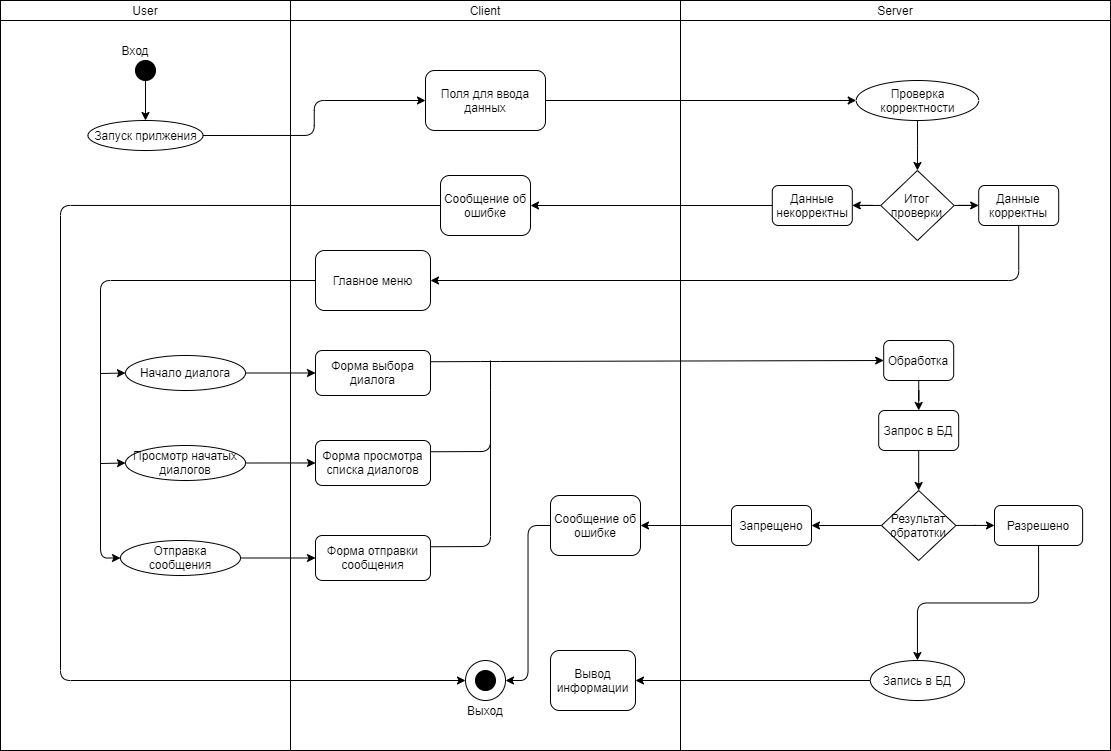
The draw.io diagram Documents/Diagrams/Диаграмма активности.png in Proskuryakov/TextMe, before a commit. Source tidied: cells renumbered, new cells last; positions are measured from the earlier drawing's top-left corner, leaving out a move shared by most shapes. The source it was exported from:
```xml
<mxGraphModel>
  <root>
    <mxCell id="0" />
    <mxCell id="1" parent="0" />
    <mxCell id="2" style="rounded=0;whiteSpace=wrap;html=1;" parent="1" vertex="1">
      <mxGeometry x="680" y="20" width="430" height="730" as="geometry" />
    </mxCell>
    <mxCell id="3" style="rounded=0;whiteSpace=wrap;html=1;" parent="1" vertex="1">
      <mxGeometry x="290" width="390" height="750" as="geometry" />
    </mxCell>
    <mxCell id="4" style="ellipse;whiteSpace=wrap;html=1;" parent="1" vertex="1">
      <mxGeometry x="465" y="660" width="40" height="40" as="geometry" />
    </mxCell>
    <mxCell id="5" style="rounded=0;whiteSpace=wrap;html=1;" parent="1" vertex="1">
      <mxGeometry width="290" height="750" as="geometry" />
    </mxCell>
    <mxCell id="6" value="User" style="rounded=0;whiteSpace=wrap;html=1;" parent="1" vertex="1">
      <mxGeometry width="290" height="20" as="geometry" />
    </mxCell>
    <mxCell id="7" value="Client" style="rounded=0;whiteSpace=wrap;html=1;" parent="1" vertex="1">
      <mxGeometry x="290" width="390" height="20" as="geometry" />
    </mxCell>
    <mxCell id="8" value="Server" style="rounded=0;whiteSpace=wrap;html=1;" parent="1" vertex="1">
      <mxGeometry x="680" width="430" height="20" as="geometry" />
    </mxCell>
    <mxCell id="9" style="edgeStyle=orthogonalEdgeStyle;rounded=0;jettySize=auto;html=1;exitX=0.5;exitY=1;exitDx=0;exitDy=0;entryX=0.5;entryY=0;entryDx=0;entryDy=0;" parent="1" edge="1" source="10" target="12">
      <mxGeometry relative="1" as="geometry" />
    </mxCell>
    <mxCell id="10" style="ellipse;whiteSpace=wrap;html=1;fillColor=#000000;" parent="1" vertex="1">
      <mxGeometry x="135" y="60" width="20" height="20" as="geometry" />
    </mxCell>
    <mxCell id="11" style="edgeStyle=orthogonalEdgeStyle;rounded=1;jettySize=auto;html=1;exitX=1;exitY=0.5;exitDx=0;exitDy=0;" parent="1" edge="1" source="12" target="14">
      <mxGeometry relative="1" as="geometry" />
    </mxCell>
    <mxCell id="12" value="Запуск прилжения" style="ellipse;whiteSpace=wrap;html=1;rounded=1;shadow=0;glass=0;sketch=0;fillColor=#ffffff;" parent="1" vertex="1">
      <mxGeometry x="87.5" y="120" width="115" height="30" as="geometry" />
    </mxCell>
    <mxCell id="13" style="edgeStyle=orthogonalEdgeStyle;rounded=0;jettySize=auto;html=1;exitX=1;exitY=0.5;exitDx=0;exitDy=0;entryX=0;entryY=0.5;entryDx=0;entryDy=0;" parent="1" edge="1" source="14" target="18">
      <mxGeometry relative="1" as="geometry" />
    </mxCell>
    <mxCell id="14" value="Поля для ввода данных" style="rounded=1;whiteSpace=wrap;html=1;shadow=0;glass=0;sketch=0;fillColor=#ffffff;" parent="1" vertex="1">
      <mxGeometry x="425" y="70" width="120" height="60" as="geometry" />
    </mxCell>
    <mxCell id="15" style="edgeStyle=orthogonalEdgeStyle;rounded=1;jettySize=auto;html=1;exitX=0;exitY=0.5;exitDx=0;exitDy=0;entryX=0;entryY=0.5;entryDx=0;entryDy=0;" parent="1" edge="1" source="16" target="4">
      <mxGeometry relative="1" as="geometry">
        <Array as="points">
          <mxPoint x="60" y="205" />
          <mxPoint x="60" y="680" />
        </Array>
      </mxGeometry>
    </mxCell>
    <mxCell id="16" value="Сообщение об ошибке" style="rounded=1;whiteSpace=wrap;html=1;shadow=0;glass=0;sketch=0;fillColor=#ffffff;" parent="1" vertex="1">
      <mxGeometry x="440" y="175" width="90" height="60" as="geometry" />
    </mxCell>
    <mxCell id="17" style="edgeStyle=orthogonalEdgeStyle;rounded=0;jettySize=auto;html=1;exitX=0.5;exitY=1;exitDx=0;exitDy=0;" parent="1" edge="1" source="18" target="21">
      <mxGeometry relative="1" as="geometry" />
    </mxCell>
    <mxCell id="18" value="Проверка корректности" style="ellipse;whiteSpace=wrap;html=1;rounded=1;shadow=0;glass=0;sketch=0;fillColor=#ffffff;" parent="1" vertex="1">
      <mxGeometry x="855.7" y="80" width="122.5" height="40" as="geometry" />
    </mxCell>
    <mxCell id="19" style="edgeStyle=orthogonalEdgeStyle;rounded=0;jettySize=auto;html=1;" parent="1" edge="1" source="21" target="45">
      <mxGeometry relative="1" as="geometry" />
    </mxCell>
    <mxCell id="20" style="edgeStyle=orthogonalEdgeStyle;rounded=0;jettySize=auto;html=1;" parent="1" edge="1" source="21" target="43">
      <mxGeometry relative="1" as="geometry" />
    </mxCell>
    <mxCell id="21" value="Итог проверки" style="rhombus;whiteSpace=wrap;html=1;rounded=0;shadow=0;glass=0;sketch=0;fillColor=#ffffff;" parent="1" vertex="1">
      <mxGeometry x="880.2" y="170" width="73.4" height="70" as="geometry" />
    </mxCell>
    <mxCell id="22" style="edgeStyle=orthogonalEdgeStyle;rounded=1;jettySize=auto;html=1;entryX=1;entryY=0.5;entryDx=0;entryDy=0;" parent="1" edge="1" source="23" target="56">
      <mxGeometry relative="1" as="geometry" />
    </mxCell>
    <mxCell id="23" value="Запрещено" style="rounded=1;whiteSpace=wrap;html=1;shadow=0;glass=0;sketch=0;fillColor=#ffffff;" parent="1" vertex="1">
      <mxGeometry x="731" y="505" width="80" height="40" as="geometry" />
    </mxCell>
    <mxCell id="24" style="edgeStyle=orthogonalEdgeStyle;rounded=1;jettySize=auto;html=1;exitX=0;exitY=0.5;exitDx=0;exitDy=0;entryX=1;entryY=0.5;entryDx=0;entryDy=0;" parent="1" edge="1" source="27" target="57">
      <mxGeometry relative="1" as="geometry" />
    </mxCell>
    <mxCell id="25" style="edgeStyle=orthogonalEdgeStyle;rounded=1;jettySize=auto;html=1;exitX=0.5;exitY=1;exitDx=0;exitDy=0;" parent="1" edge="1" source="26" target="27">
      <mxGeometry relative="1" as="geometry" />
    </mxCell>
    <mxCell id="26" value="Разрешено" style="rounded=1;whiteSpace=wrap;html=1;shadow=0;glass=0;sketch=0;fillColor=#ffffff;" parent="1" vertex="1">
      <mxGeometry x="994" y="505" width="88.1" height="40" as="geometry" />
    </mxCell>
    <mxCell id="27" value="Запись в БД" style="ellipse;whiteSpace=wrap;html=1;rounded=1;shadow=0;glass=0;sketch=0;fillColor=#ffffff;" parent="1" vertex="1">
      <mxGeometry x="869.9" y="660" width="94.1" height="40" as="geometry" />
    </mxCell>
    <mxCell id="28" value="Форма просмотра списка диалогов" style="rounded=1;whiteSpace=wrap;html=1;shadow=0;glass=0;sketch=0;fillColor=#ffffff;" parent="1" vertex="1">
      <mxGeometry x="315" y="440" width="115" height="45" as="geometry" />
    </mxCell>
    <mxCell id="29" style="edgeStyle=orthogonalEdgeStyle;rounded=0;jettySize=auto;html=1;exitX=1;exitY=0.5;exitDx=0;exitDy=0;entryX=0;entryY=0.5;entryDx=0;entryDy=0;" parent="1" edge="1" source="30" target="48">
      <mxGeometry relative="1" as="geometry" />
    </mxCell>
    <mxCell id="30" value="Отправка сообщения" style="ellipse;whiteSpace=wrap;html=1;rounded=1;shadow=0;glass=0;sketch=0;fillColor=#ffffff;" parent="1" vertex="1">
      <mxGeometry x="120" y="540" width="120" height="35" as="geometry" />
    </mxCell>
    <mxCell id="31" style="edgeStyle=orthogonalEdgeStyle;rounded=0;jettySize=auto;html=1;exitX=1;exitY=0.5;exitDx=0;exitDy=0;entryX=0;entryY=0.5;entryDx=0;entryDy=0;" parent="1" edge="1" source="32" target="28">
      <mxGeometry relative="1" as="geometry">
        <Array as="points">
          <mxPoint x="290" y="462" />
          <mxPoint x="320" y="463" />
        </Array>
      </mxGeometry>
    </mxCell>
    <mxCell id="32" value="Просмотр начатых диалогов" style="ellipse;whiteSpace=wrap;html=1;rounded=1;shadow=0;glass=0;sketch=0;fillColor=#ffffff;" parent="1" vertex="1">
      <mxGeometry x="125" y="445" width="120" height="35" as="geometry" />
    </mxCell>
    <mxCell id="33" style="edgeStyle=orthogonalEdgeStyle;rounded=0;jettySize=auto;html=1;" parent="1" edge="1" source="34" target="41">
      <mxGeometry relative="1" as="geometry" />
    </mxCell>
    <mxCell id="34" value="Начало диалога" style="ellipse;whiteSpace=wrap;html=1;rounded=1;shadow=0;glass=0;sketch=0;fillColor=#ffffff;" parent="1" vertex="1">
      <mxGeometry x="125" y="355" width="120" height="35" as="geometry" />
    </mxCell>
    <mxCell id="35" style="endArrow=classic;html=1;entryX=0;entryY=0.5;entryDx=0;entryDy=0;" parent="1" edge="1" target="32">
      <mxGeometry relative="1" as="geometry">
        <mxPoint x="100" y="463" as="sourcePoint" />
      </mxGeometry>
    </mxCell>
    <mxCell id="36" style="endArrow=classic;html=1;entryX=0;entryY=0.5;entryDx=0;entryDy=0;" parent="1" edge="1" target="34">
      <mxGeometry relative="1" as="geometry">
        <mxPoint x="100" y="373" as="sourcePoint" />
      </mxGeometry>
    </mxCell>
    <mxCell id="37" style="edgeStyle=orthogonalEdgeStyle;rounded=1;jettySize=auto;html=1;exitX=0;exitY=0.5;exitDx=0;exitDy=0;entryX=0;entryY=0.5;entryDx=0;entryDy=0;" parent="1" edge="1" source="38" target="30">
      <mxGeometry relative="1" as="geometry" />
    </mxCell>
    <mxCell id="38" value="Главное меню" style="rounded=1;whiteSpace=wrap;html=1;shadow=0;glass=0;sketch=0;fillColor=#ffffff;" parent="1" vertex="1">
      <mxGeometry x="315" y="250" width="115" height="60" as="geometry" />
    </mxCell>
    <mxCell id="39" style="edgeStyle=orthogonalEdgeStyle;rounded=1;jettySize=auto;html=1;exitX=0.5;exitY=1;exitDx=0;exitDy=0;entryX=0.5;entryY=0;entryDx=0;entryDy=0;" parent="1" edge="1" source="40" target="51">
      <mxGeometry relative="1" as="geometry" />
    </mxCell>
    <mxCell id="40" value="Запрос в БД" style="rounded=1;whiteSpace=wrap;html=1;shadow=0;glass=0;sketch=0;fillColor=#ffffff;" parent="1" vertex="1">
      <mxGeometry x="878.2" y="410" width="80" height="40" as="geometry" />
    </mxCell>
    <mxCell id="41" value="Форма выбора диалога" style="rounded=1;whiteSpace=wrap;html=1;shadow=0;glass=0;sketch=0;fillColor=#ffffff;" parent="1" vertex="1">
      <mxGeometry x="315" y="350" width="115" height="45" as="geometry" />
    </mxCell>
    <mxCell id="42" style="edgeStyle=orthogonalEdgeStyle;rounded=0;jettySize=auto;html=1;" parent="1" edge="1" source="43" target="16">
      <mxGeometry relative="1" as="geometry" />
    </mxCell>
    <mxCell id="43" value="Данные некорректны" style="rounded=1;whiteSpace=wrap;html=1;shadow=0;glass=0;sketch=0;fillColor=#ffffff;" parent="1" vertex="1">
      <mxGeometry x="771.8" y="185" width="80" height="40" as="geometry" />
    </mxCell>
    <mxCell id="44" style="edgeStyle=orthogonalEdgeStyle;rounded=1;jettySize=auto;html=1;exitX=0.5;exitY=1;exitDx=0;exitDy=0;entryX=1;entryY=0.5;entryDx=0;entryDy=0;" parent="1" edge="1" source="45" target="38">
      <mxGeometry relative="1" as="geometry" />
    </mxCell>
    <mxCell id="45" value="Данные корректны" style="rounded=1;whiteSpace=wrap;html=1;shadow=0;glass=0;sketch=0;fillColor=#ffffff;" parent="1" vertex="1">
      <mxGeometry x="978.2" y="185" width="80" height="40" as="geometry" />
    </mxCell>
    <mxCell id="46" style="edgeStyle=orthogonalEdgeStyle;rounded=0;jettySize=auto;html=1;entryX=0.5;entryY=0;entryDx=0;entryDy=0;" parent="1" edge="1" source="47" target="40">
      <mxGeometry relative="1" as="geometry" />
    </mxCell>
    <mxCell id="47" value="Обработка" style="rounded=1;whiteSpace=wrap;html=1;shadow=0;glass=0;sketch=0;fillColor=#ffffff;" parent="1" vertex="1">
      <mxGeometry x="883.2" y="340" width="70" height="40" as="geometry" />
    </mxCell>
    <mxCell id="48" value="Форма отправки сообщения" style="rounded=1;whiteSpace=wrap;html=1;shadow=0;glass=0;sketch=0;fillColor=#ffffff;" parent="1" vertex="1">
      <mxGeometry x="315" y="535" width="115" height="45" as="geometry" />
    </mxCell>
    <mxCell id="49" style="edgeStyle=orthogonalEdgeStyle;rounded=1;jettySize=auto;html=1;" parent="1" edge="1" source="51" target="23">
      <mxGeometry relative="1" as="geometry" />
    </mxCell>
    <mxCell id="50" style="edgeStyle=orthogonalEdgeStyle;rounded=0;jettySize=auto;html=1;" parent="1" edge="1" source="51" target="26">
      <mxGeometry relative="1" as="geometry" />
    </mxCell>
    <mxCell id="51" value="Результат&lt;br&gt;обратотки" style="rhombus;whiteSpace=wrap;html=1;rounded=0;shadow=0;glass=0;sketch=0;fillColor=#ffffff;" parent="1" vertex="1">
      <mxGeometry x="881" y="490" width="74.4" height="70" as="geometry" />
    </mxCell>
    <mxCell id="52" style="endArrow=classic;html=1;entryX=0;entryY=0.5;entryDx=0;entryDy=0;exitX=1;exitY=0.25;exitDx=0;exitDy=0;" parent="1" edge="1" source="41" target="47">
      <mxGeometry relative="1" as="geometry">
        <Array as="points">
          <mxPoint x="490" y="361" />
        </Array>
      </mxGeometry>
    </mxCell>
    <mxCell id="53" style="endArrow=none;html=1;exitX=1;exitY=0.25;exitDx=0;exitDy=0;endFill=0;" parent="1" edge="1" source="28">
      <mxGeometry relative="1" as="geometry">
        <mxPoint x="490" y="360" as="targetPoint" />
        <Array as="points">
          <mxPoint x="490" y="451" />
          <mxPoint x="490" y="400" />
        </Array>
      </mxGeometry>
    </mxCell>
    <mxCell id="54" style="endArrow=none;html=1;exitX=1;exitY=0.25;exitDx=0;exitDy=0;endFill=0;" parent="1" edge="1" source="48">
      <mxGeometry relative="1" as="geometry">
        <mxPoint x="490" y="390" as="targetPoint" />
        <Array as="points">
          <mxPoint x="490" y="546" />
        </Array>
      </mxGeometry>
    </mxCell>
    <mxCell id="55" style="edgeStyle=orthogonalEdgeStyle;rounded=1;jettySize=auto;html=1;exitX=0;exitY=0.5;exitDx=0;exitDy=0;entryX=1;entryY=0.5;entryDx=0;entryDy=0;" parent="1" edge="1" source="56" target="4">
      <mxGeometry relative="1" as="geometry" />
    </mxCell>
    <mxCell id="56" value="Сообщение об ошибке" style="rounded=1;whiteSpace=wrap;html=1;shadow=0;glass=0;sketch=0;fillColor=#ffffff;" parent="1" vertex="1">
      <mxGeometry x="550" y="495" width="90" height="60" as="geometry" />
    </mxCell>
    <mxCell id="57" value="Вывод информации" style="rounded=1;whiteSpace=wrap;html=1;" parent="1" vertex="1">
      <mxGeometry x="550" y="650" width="85" height="60" as="geometry" />
    </mxCell>
    <mxCell id="58" value="Ошибка Регистрации" style="edgeStyle=orthogonalEdgeStyle;rounded=1;jettySize=auto;html=1;exitX=0.5;exitY=0;exitDx=0;exitDy=0;entryX=0.5;entryY=0;entryDx=0;entryDy=0;fontFamily=Helvetica;fillColor=#f8cecc;strokeColor=#b85450;" parent="1" edge="1" target="x">
      <mxGeometry relative="1" as="geometry">
        <mxPoint x="740" y="810" as="sourcePoint" />
      </mxGeometry>
    </mxCell>
    <mxCell id="59" style="ellipse;whiteSpace=wrap;html=1;fillColor=#000000;" parent="1" vertex="1">
      <mxGeometry x="475" y="670" width="20" height="20" as="geometry" />
    </mxCell>
    <mxCell id="60" value="Вход" style="text;html=1;strokeColor=none;fillColor=none;align=center;verticalAlign=middle;whiteSpace=wrap;rounded=0;" parent="1" vertex="1">
      <mxGeometry x="115" y="40" width="40" height="20" as="geometry" />
    </mxCell>
    <mxCell id="61" value="Выход" style="text;html=1;strokeColor=none;fillColor=none;align=center;verticalAlign=middle;whiteSpace=wrap;rounded=0;" parent="1" vertex="1">
      <mxGeometry x="465" y="700" width="40" height="20" as="geometry" />
    </mxCell>
  </root>
</mxGraphModel>
```
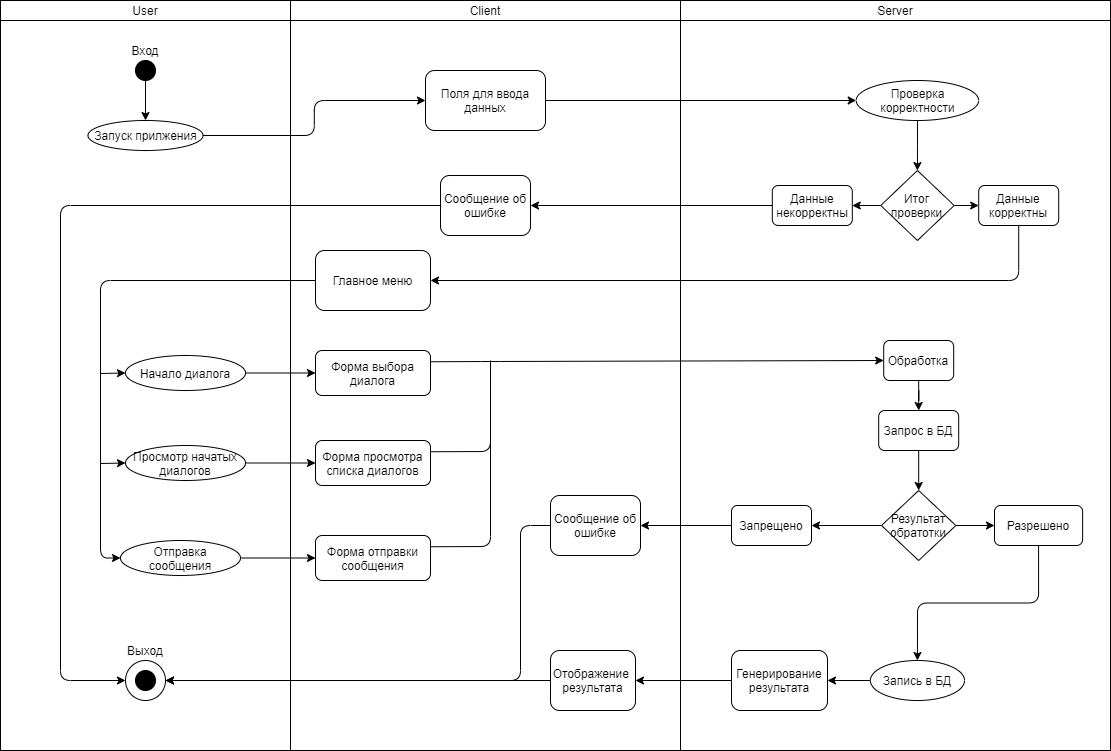
Later version of the same file.

Diff of the diagram source:
```diff
@@ -8,9 +8,6 @@
     <mxCell id="3" style="rounded=0;whiteSpace=wrap;html=1;" parent="1" vertex="1">
       <mxGeometry x="290" width="390" height="750" as="geometry" />
     </mxCell>
-    <mxCell id="4" style="ellipse;whiteSpace=wrap;html=1;" parent="1" vertex="1">
-      <mxGeometry x="465" y="660" width="40" height="40" as="geometry" />
-    </mxCell>
     <mxCell id="5" style="rounded=0;whiteSpace=wrap;html=1;" parent="1" vertex="1">
       <mxGeometry width="290" height="750" as="geometry" />
     </mxCell>
@@ -73,15 +70,15 @@
     <mxCell id="23" value="Запрещено" style="rounded=1;whiteSpace=wrap;html=1;shadow=0;glass=0;sketch=0;fillColor=#ffffff;" parent="1" vertex="1">
       <mxGeometry x="731" y="505" width="80" height="40" as="geometry" />
     </mxCell>
-    <mxCell id="24" style="edgeStyle=orthogonalEdgeStyle;rounded=1;jettySize=auto;html=1;exitX=0;exitY=0.5;exitDx=0;exitDy=0;entryX=1;entryY=0.5;entryDx=0;entryDy=0;" parent="1" edge="1" source="27" target="57">
-      <mxGeometry relative="1" as="geometry" />
-    </mxCell>
     <mxCell id="25" style="edgeStyle=orthogonalEdgeStyle;rounded=1;jettySize=auto;html=1;exitX=0.5;exitY=1;exitDx=0;exitDy=0;" parent="1" edge="1" source="26" target="27">
       <mxGeometry relative="1" as="geometry" />
     </mxCell>
     <mxCell id="26" value="Разрешено" style="rounded=1;whiteSpace=wrap;html=1;shadow=0;glass=0;sketch=0;fillColor=#ffffff;" parent="1" vertex="1">
       <mxGeometry x="994" y="505" width="88.1" height="40" as="geometry" />
     </mxCell>
+    <mxCell id="62" style="edgeStyle=orthogonalEdgeStyle;rounded=1;jettySize=auto;html=1;exitX=0;exitY=0.5;exitDx=0;exitDy=0;entryX=1;entryY=0.5;entryDx=0;entryDy=0;" parent="1" edge="1" source="27" target="65">
+      <mxGeometry relative="1" as="geometry" />
+    </mxCell>
     <mxCell id="27" value="Запись в БД" style="ellipse;whiteSpace=wrap;html=1;rounded=1;shadow=0;glass=0;sketch=0;fillColor=#ffffff;" parent="1" vertex="1">
       <mxGeometry x="869.9" y="660" width="94.1" height="40" as="geometry" />
     </mxCell>
@@ -191,12 +188,20 @@
       </mxGeometry>
     </mxCell>
     <mxCell id="55" style="edgeStyle=orthogonalEdgeStyle;rounded=1;jettySize=auto;html=1;exitX=0;exitY=0.5;exitDx=0;exitDy=0;entryX=1;entryY=0.5;entryDx=0;entryDy=0;" parent="1" edge="1" source="56" target="4">
-      <mxGeometry relative="1" as="geometry" />
+      <mxGeometry relative="1" as="geometry">
+        <Array as="points">
+          <mxPoint x="520" y="525" />
+          <mxPoint x="520" y="680" />
+        </Array>
+      </mxGeometry>
     </mxCell>
     <mxCell id="56" value="Сообщение об ошибке" style="rounded=1;whiteSpace=wrap;html=1;shadow=0;glass=0;sketch=0;fillColor=#ffffff;" parent="1" vertex="1">
       <mxGeometry x="550" y="495" width="90" height="60" as="geometry" />
     </mxCell>
+    <mxCell id="63" style="edgeStyle=orthogonalEdgeStyle;rounded=1;jettySize=auto;html=1;exitX=0;exitY=0.5;exitDx=0;exitDy=0;entryX=1;entryY=0.5;entryDx=0;entryDy=0;" parent="1" edge="1" source="57" target="4">
+      <mxGeometry relative="1" as="geometry" />
+    </mxCell>
-    <mxCell id="57" value="Вывод информации" style="rounded=1;whiteSpace=wrap;html=1;" parent="1" vertex="1">
+    <mxCell id="57" value="Отображение&amp;nbsp;&lt;br&gt;результата" style="rounded=1;whiteSpace=wrap;html=1;" parent="1" vertex="1">
       <mxGeometry x="550" y="650" width="85" height="60" as="geometry" />
     </mxCell>
     <mxCell id="58" value="Ошибка Регистрации" style="edgeStyle=orthogonalEdgeStyle;rounded=1;jettySize=auto;html=1;exitX=0.5;exitY=0;exitDx=0;exitDy=0;entryX=0.5;entryY=0;entryDx=0;entryDy=0;fontFamily=Helvetica;fillColor=#f8cecc;strokeColor=#b85450;" parent="1" edge="1" target="x">
@@ -204,14 +209,23 @@
         <mxPoint x="740" y="810" as="sourcePoint" />
       </mxGeometry>
     </mxCell>
-    <mxCell id="59" style="ellipse;whiteSpace=wrap;html=1;fillColor=#000000;" parent="1" vertex="1">
-      <mxGeometry x="475" y="670" width="20" height="20" as="geometry" />
-    </mxCell>
     <mxCell id="60" value="Вход" style="text;html=1;strokeColor=none;fillColor=none;align=center;verticalAlign=middle;whiteSpace=wrap;rounded=0;" parent="1" vertex="1">
-      <mxGeometry x="115" y="40" width="40" height="20" as="geometry" />
+      <mxGeometry x="125" y="40" width="40" height="20" as="geometry" />
     </mxCell>
     <mxCell id="61" value="Выход" style="text;html=1;strokeColor=none;fillColor=none;align=center;verticalAlign=middle;whiteSpace=wrap;rounded=0;" parent="1" vertex="1">
-      <mxGeometry x="465" y="700" width="40" height="20" as="geometry" />
+      <mxGeometry x="125" y="640" width="40" height="20" as="geometry" />
     </mxCell>
+    <mxCell id="64" style="edgeStyle=orthogonalEdgeStyle;rounded=1;jettySize=auto;html=1;exitX=0;exitY=0.5;exitDx=0;exitDy=0;entryX=1;entryY=0.5;entryDx=0;entryDy=0;" parent="1" edge="1" source="65" target="57">
+      <mxGeometry relative="1" as="geometry" />
+    </mxCell>
+    <mxCell id="65" value="Генерирование&lt;br&gt;результата" style="rounded=1;whiteSpace=wrap;html=1;" parent="1" vertex="1">
+      <mxGeometry x="731" y="650" width="96" height="60" as="geometry" />
+    </mxCell>
+    <mxCell id="4" style="ellipse;whiteSpace=wrap;html=1;" parent="1" vertex="1">
+      <mxGeometry x="125" y="660" width="40" height="40" as="geometry" />
+    </mxCell>
+    <mxCell id="59" style="ellipse;whiteSpace=wrap;html=1;fillColor=#000000;" parent="1" vertex="1">
+      <mxGeometry x="135" y="670" width="20" height="20" as="geometry" />
+    </mxCell>
   </root>
 </mxGraphModel>
```
